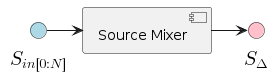
The PlantUML diagram afm_spm_components/images/source_mixer_simple.png in nsulmol/documentation, before a commit.
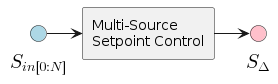
Above is the later version.

Change to the diagram source:
```diff
@@ -2,12 +2,12 @@
 !include style.puml
 
 !startsub component
-component "Source Mixer" as source_mixer_simple
-interface "<latex>S_{in[0:N]}</latex>" <<input>> as y_ts
-interface "<latex>S_{\Delta}</latex>" <<output>> as s_del
+component "Multi-Source \nSetpoint Control" as source_mixer_simple
+interface "<latex>S_{in[0:N]}</latex>" <<input>> as sm_s_in
+interface "<latex>S_{\Delta}</latex>" <<output>> as sm_s_del_out
 
-y_ts -> source_mixer_simple
-source_mixer_simple -> s_del
+sm_s_in -> source_mixer_simple
+source_mixer_simple -> sm_s_del_out
 !endsub
 
 @enduml
```
